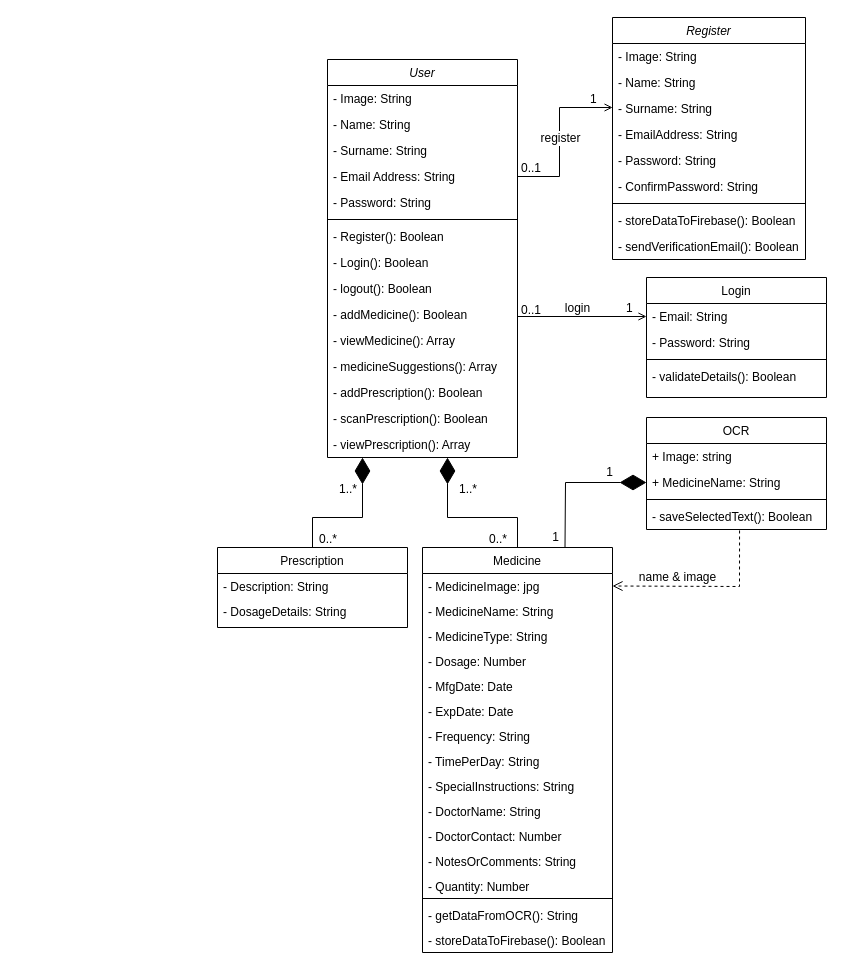
Above: Class_Diagram.drawio in SJPatel123/CP-III (draw.io), before the change. Source tidied: cells renumbered, new cells numbered last; positions are measured from the earlier drawing's top-left corner, leaving out a move shared by most shapes. Both pictures are drawn from the tidied source at 100%, with x=0, y=0 at pixel (217, 17).
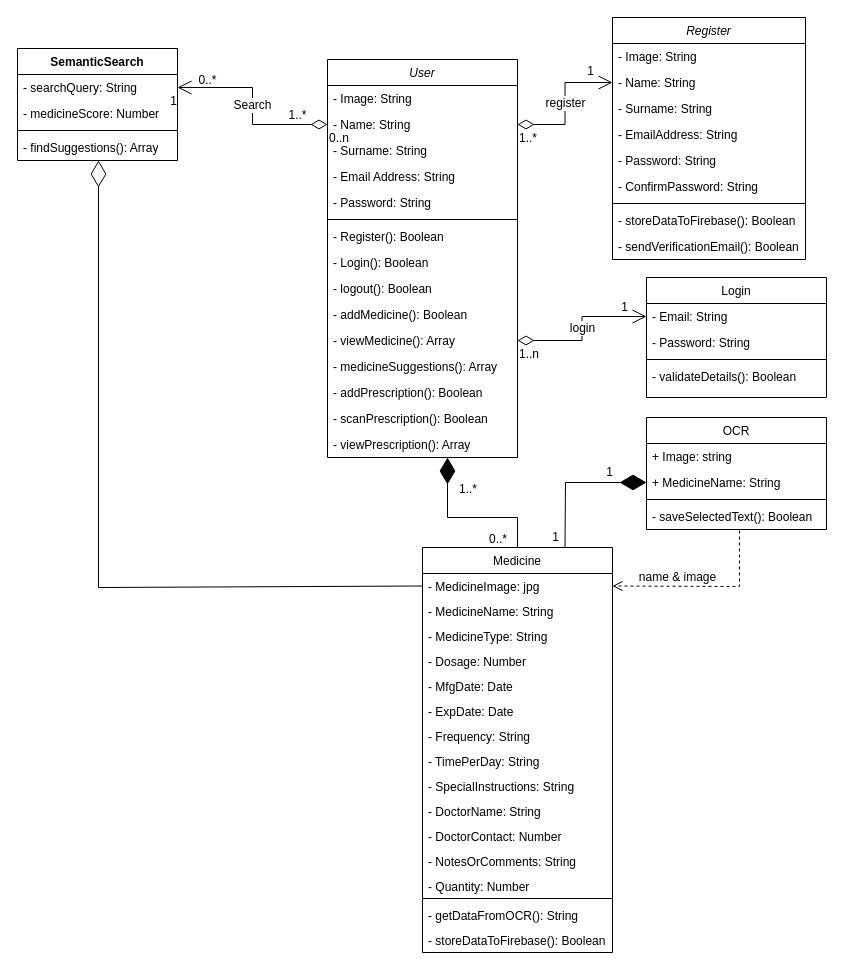
Above is the later version.

Unchanged cells that the change refers to:
```xml
<mxCell id="4" value="- Name: String" style="text;align=left;verticalAlign=top;spacingLeft=4;spacingRight=4;overflow=hidden;points=[[0,0.5],[1,0.5]];portConstraint=eastwest;" parent="2" vertex="1">
  <mxGeometry y="52" width="190" height="26" as="geometry" />
</mxCell>
<mxCell id="6" value="- Email Address: String" style="text;align=left;verticalAlign=top;spacingLeft=4;spacingRight=4;overflow=hidden;points=[[0,0.5],[1,0.5]];portConstraint=eastwest;rounded=0;shadow=0;html=0;" parent="2" vertex="1">
  <mxGeometry y="104" width="190" height="26" as="geometry" />
</mxCell>
<mxCell id="13" value="- viewMedicine(): Array" style="text;align=left;verticalAlign=top;spacingLeft=4;spacingRight=4;overflow=hidden;points=[[0,0.5],[1,0.5]];portConstraint=eastwest;" parent="2" vertex="1">
  <mxGeometry y="268" width="190" height="26" as="geometry" />
</mxCell>
<mxCell id="19" value="- MedicineImage: jpg" style="text;align=left;verticalAlign=top;spacingLeft=4;spacingRight=4;overflow=hidden;points=[[0,0.5],[1,0.5]];portConstraint=eastwest;" parent="18" vertex="1">
  <mxGeometry y="26" width="190" height="25" as="geometry" />
</mxCell>
<mxCell id="45" value="- Email: String" style="text;align=left;verticalAlign=top;spacingLeft=4;spacingRight=4;overflow=hidden;points=[[0,0.5],[1,0.5]];portConstraint=eastwest;rounded=0;shadow=0;html=0;" parent="44" vertex="1">
  <mxGeometry y="26" width="180" height="26" as="geometry" />
</mxCell>
<mxCell id="53" value="- Name: String" style="text;align=left;verticalAlign=top;spacingLeft=4;spacingRight=4;overflow=hidden;points=[[0,0.5],[1,0.5]];portConstraint=eastwest;" parent="51" vertex="1">
  <mxGeometry y="52" width="193" height="26" as="geometry" />
</mxCell>
```

The edit, as a diff of the source:
```diff
@@
-    <mxCell id="35" value="Prescription" style="swimlane;fontStyle=0;align=center;verticalAlign=top;horizontal=1;startSize=26;rounded=0;shadow=0;strokeWidth=1;" parent="1" vertex="1">
-      <mxGeometry y="530" width="190" height="80" as="geometry" />
-    </mxCell>
-    <mxCell id="36" value="- Description: String" style="text;align=left;verticalAlign=top;spacingLeft=4;spacingRight=4;overflow=hidden;" parent="35" vertex="1">
-      <mxGeometry y="26" width="190" height="25" as="geometry" />
-    </mxCell>
-    <mxCell id="37" value="- DosageDetails: String" style="text;align=left;verticalAlign=top;spacingLeft=4;spacingRight=4;overflow=hidden;rounded=0;shadow=0;html=0;" parent="35" vertex="1">
-      <mxGeometry y="51" width="190" height="25" as="geometry" />
-    </mxCell>
@@
-    <mxCell id="39" value="0..*" style="align=left;verticalAlign=bottom;labelBackgroundColor=none;fontSize=12;" parent="1" vertex="1">
-      <mxGeometry x="100" y="530" as="geometry" />
-    </mxCell>
-    <mxCell id="40" style="endArrow=open;shadow=0;strokeWidth=1;rounded=0;endFill=1;edgeStyle=elbowEdgeStyle;elbow=vertical;entryX=0;entryY=0.5;entryDx=0;entryDy=0;" parent="1" edge="1" target="45">
-      <mxGeometry x="0.5" y="41" relative="1" as="geometry">
-        <mxPoint x="300" y="299" as="sourcePoint" />
-        <mxPoint x="-40" y="32" as="offset" />
-      </mxGeometry>
-    </mxCell>
-    <mxCell id="41" value="0..1" style="align=left;verticalAlign=bottom;labelBackgroundColor=none;fontSize=12;" parent="40" vertex="1">
-      <mxGeometry x="-1" relative="1" as="geometry">
-        <mxPoint x="2" y="2" as="offset" />
-      </mxGeometry>
-    </mxCell>
-    <mxCell id="42" value="login" style="text;html=1;align=center;verticalAlign=middle;labelBackgroundColor=none;rounded=0;shadow=0;strokeWidth=1;fontSize=12;" parent="40" vertex="1">
-      <mxGeometry x="0.5" y="49" relative="1" as="geometry">
-        <mxPoint x="-38" y="40" as="offset" />
-      </mxGeometry>
-    </mxCell>
-    <mxCell id="43" value="1" style="align=left;verticalAlign=bottom;labelBackgroundColor=none;fontSize=12;" parent="1" vertex="1">
-      <mxGeometry x="407" y="299" as="geometry" />
-    </mxCell>
@@
-    <mxCell id="49" value="1..*" style="align=left;verticalAlign=bottom;labelBackgroundColor=none;fontSize=12;" parent="1" vertex="1">
-      <mxGeometry x="120" y="480" as="geometry" />
-    </mxCell>
@@
-    <mxCell id="62" style="endArrow=diamondThin;endFill=1;endSize=24;html=1;rounded=0;exitX=0.5;exitY=0;exitDx=0;exitDy=0;" parent="1" edge="1" source="35">
-      <mxGeometry relative="1" as="geometry">
-        <mxPoint x="145" y="440" as="targetPoint" />
-        <Array as="points">
-          <mxPoint x="95" y="500" />
-          <mxPoint x="145" y="500" />
-        </Array>
-      </mxGeometry>
-    </mxCell>
@@
-    <mxCell id="68" style="endArrow=open;shadow=0;strokeWidth=1;rounded=0;endFill=1;edgeStyle=elbowEdgeStyle;elbow=horizontal;entryX=-0.01;entryY=0.231;entryDx=0;entryDy=0;entryPerimeter=0;exitX=1;exitY=0.5;exitDx=0;exitDy=0;" parent="1" edge="1" source="6">
-      <mxGeometry x="0.5" y="41" relative="1" as="geometry">
-        <mxPoint x="395.1" y="90" as="targetPoint" />
-        <Array as="points">
-          <mxPoint x="342" y="90" />
-        </Array>
-        <mxPoint x="-40" y="32" as="offset" />
-      </mxGeometry>
-    </mxCell>
-    <mxCell id="69" value="0..1" style="align=left;verticalAlign=bottom;labelBackgroundColor=none;fontSize=12;" parent="68" vertex="1">
-      <mxGeometry x="-1" relative="1" as="geometry">
-        <mxPoint x="2" as="offset" />
-      </mxGeometry>
-    </mxCell>
-    <mxCell id="70" value="register" style="edgeLabel;html=1;align=center;verticalAlign=middle;fontSize=12;fontFamily=Helvetica;fontColor=default;" parent="68" vertex="1">
-      <mxGeometry x="0.17" relative="1" as="geometry">
-        <mxPoint y="15" as="offset" />
-      </mxGeometry>
-    </mxCell>
-    <mxCell id="71" value="1" style="align=left;verticalAlign=bottom;labelBackgroundColor=none;fontSize=12;" parent="1" vertex="1">
-      <mxGeometry x="371" y="90" as="geometry" />
-    </mxCell>
@@
+    <mxCell id="76" value="SemanticSearch" style="swimlane;fontStyle=1;align=center;verticalAlign=top;horizontal=1;startSize=26;whiteSpace=wrap;html=1;rounded=0;shadow=0;strokeColor=default;strokeWidth=1;fontFamily=Helvetica;fontSize=12;fontColor=default;fillColor=default;" parent="1" vertex="1">
+      <mxGeometry x="-200" y="31" width="160" height="112" as="geometry" />
+    </mxCell>
+    <mxCell id="77" value="- searchQuery: String" style="text;strokeColor=none;fillColor=none;align=left;verticalAlign=top;spacingLeft=4;spacingRight=4;overflow=hidden;points=[[0,0.5],[1,0.5]];portConstraint=eastwest;whiteSpace=wrap;html=1;fontSize=12;fontFamily=Helvetica;fontColor=default;" parent="76" vertex="1">
+      <mxGeometry y="26" width="160" height="26" as="geometry" />
+    </mxCell>
+    <mxCell id="78" value="- medicineScore: Number" style="text;strokeColor=none;fillColor=none;align=left;verticalAlign=top;spacingLeft=4;spacingRight=4;overflow=hidden;whiteSpace=wrap;html=1;fontSize=12;fontFamily=Helvetica;fontColor=default;" parent="76" vertex="1">
+      <mxGeometry y="52" width="160" height="26" as="geometry" />
+    </mxCell>
+    <mxCell id="79" style="line;strokeWidth=1;fillColor=none;align=left;verticalAlign=middle;spacingTop=-1;spacingLeft=3;spacingRight=3;labelPosition=right;strokeColor=inherit;rounded=0;shadow=0;fontFamily=Helvetica;fontSize=12;fontColor=default;startSize=26;" parent="76" vertex="1">
+      <mxGeometry y="78" width="160" height="8" as="geometry" />
+    </mxCell>
+    <mxCell id="80" value="- findSuggestions(): Array" style="text;strokeColor=none;fillColor=none;align=left;verticalAlign=top;spacingLeft=4;spacingRight=4;overflow=hidden;whiteSpace=wrap;html=1;fontSize=12;fontFamily=Helvetica;fontColor=default;" parent="76" vertex="1">
+      <mxGeometry y="86" width="160" height="26" as="geometry" />
+    </mxCell>
+    <mxCell id="81" value="Search" style="endArrow=open;html=1;endSize=12;startArrow=diamondThin;startSize=14;startFill=0;edgeStyle=orthogonalEdgeStyle;rounded=0;fontFamily=Helvetica;fontSize=12;fontColor=default;exitX=0;exitY=0.5;exitDx=0;exitDy=0;entryX=1;entryY=0.5;entryDx=0;entryDy=0;" parent="1" edge="1" source="4" target="77">
+      <mxGeometry relative="1" as="geometry" />
+    </mxCell>
+    <mxCell id="82" value="0..n" style="edgeLabel;html=1;align=left;verticalAlign=top;rounded=0;shadow=0;strokeColor=default;strokeWidth=1;fontFamily=Helvetica;fontSize=12;fontColor=default;startSize=26;fillColor=default;" parent="81" vertex="1">
+      <mxGeometry x="-1" relative="1" as="geometry" />
+    </mxCell>
+    <mxCell id="83" value="1" style="edgeLabel;html=1;align=right;verticalAlign=top;rounded=0;shadow=0;strokeColor=default;strokeWidth=1;fontFamily=Helvetica;fontSize=12;fontColor=default;startSize=26;fillColor=default;" parent="81" vertex="1">
+      <mxGeometry x="1" relative="1" as="geometry" />
+    </mxCell>
+    <mxCell id="39" value="0..*" style="text;html=1;align=center;verticalAlign=middle;strokeColor=none;fillColor=none;fontSize=12;fontFamily=Helvetica;fontColor=default;" parent="1" vertex="1">
+      <mxGeometry x="-30" y="48" width="40" height="30" as="geometry" />
+    </mxCell>
+    <mxCell id="84" value="1..*" style="text;html=1;align=center;verticalAlign=middle;strokeColor=none;fillColor=none;fontSize=12;fontFamily=Helvetica;fontColor=default;" parent="1" vertex="1">
+      <mxGeometry x="60" y="83" width="40" height="30" as="geometry" />
+    </mxCell>
+    <mxCell id="70" value="register" style="endArrow=open;html=1;endSize=12;startArrow=diamondThin;startSize=14;startFill=0;edgeStyle=orthogonalEdgeStyle;rounded=0;fontFamily=Helvetica;fontSize=12;fontColor=default;exitX=1;exitY=0.5;exitDx=0;exitDy=0;entryX=0;entryY=0.5;entryDx=0;entryDy=0;" parent="1" edge="1" source="4" target="53">
+      <mxGeometry relative="1" as="geometry" />
+    </mxCell>
+    <mxCell id="85" value="1..*" style="edgeLabel;html=1;align=left;verticalAlign=top;rounded=0;shadow=0;strokeColor=default;strokeWidth=1;fontFamily=Helvetica;fontSize=12;fontColor=default;startSize=26;fillColor=default;" parent="70" vertex="1">
+      <mxGeometry x="-1" relative="1" as="geometry" />
+    </mxCell>
+    <mxCell id="86" value="1" style="edgeLabel;html=1;align=right;verticalAlign=top;rounded=0;shadow=0;strokeColor=default;strokeWidth=1;fontFamily=Helvetica;fontSize=12;fontColor=default;startSize=26;fillColor=default;" parent="70" vertex="1">
+      <mxGeometry x="1" relative="1" as="geometry">
+        <mxPoint x="-18" y="-25" as="offset" />
+      </mxGeometry>
+    </mxCell>
+    <mxCell id="42" value="login" style="endArrow=open;html=1;endSize=12;startArrow=diamondThin;startSize=14;startFill=0;edgeStyle=orthogonalEdgeStyle;rounded=0;fontFamily=Helvetica;fontSize=12;fontColor=default;exitX=1;exitY=0.5;exitDx=0;exitDy=0;entryX=0;entryY=0.5;entryDx=0;entryDy=0;" parent="1" edge="1" source="13" target="45">
+      <mxGeometry relative="1" as="geometry" />
+    </mxCell>
+    <mxCell id="87" value="1..n" style="edgeLabel;html=1;align=left;verticalAlign=top;rounded=0;shadow=0;strokeColor=default;strokeWidth=1;fontFamily=Helvetica;fontSize=12;fontColor=default;startSize=26;fillColor=default;" parent="42" vertex="1">
+      <mxGeometry x="-1" relative="1" as="geometry" />
+    </mxCell>
+    <mxCell id="88" value="1" style="edgeLabel;html=1;align=right;verticalAlign=top;rounded=0;shadow=0;strokeColor=default;strokeWidth=1;fontFamily=Helvetica;fontSize=12;fontColor=default;startSize=26;fillColor=default;" parent="42" vertex="1">
+      <mxGeometry x="1" relative="1" as="geometry">
+        <mxPoint x="-18" y="-23" as="offset" />
+      </mxGeometry>
+    </mxCell>
+    <mxCell id="89" style="endArrow=diamondThin;endFill=0;endSize=24;html=1;rounded=0;fontFamily=Helvetica;fontSize=12;fontColor=default;exitX=0;exitY=0.5;exitDx=0;exitDy=0;entryX=0.506;entryY=1.038;entryDx=0;entryDy=0;entryPerimeter=0;" parent="1" edge="1" source="19">
+      <mxGeometry relative="1" as="geometry">
+        <mxPoint x="-119" y="143" as="targetPoint" />
+        <Array as="points">
+          <mxPoint x="-119" y="570" />
+        </Array>
+      </mxGeometry>
+    </mxCell>
```
